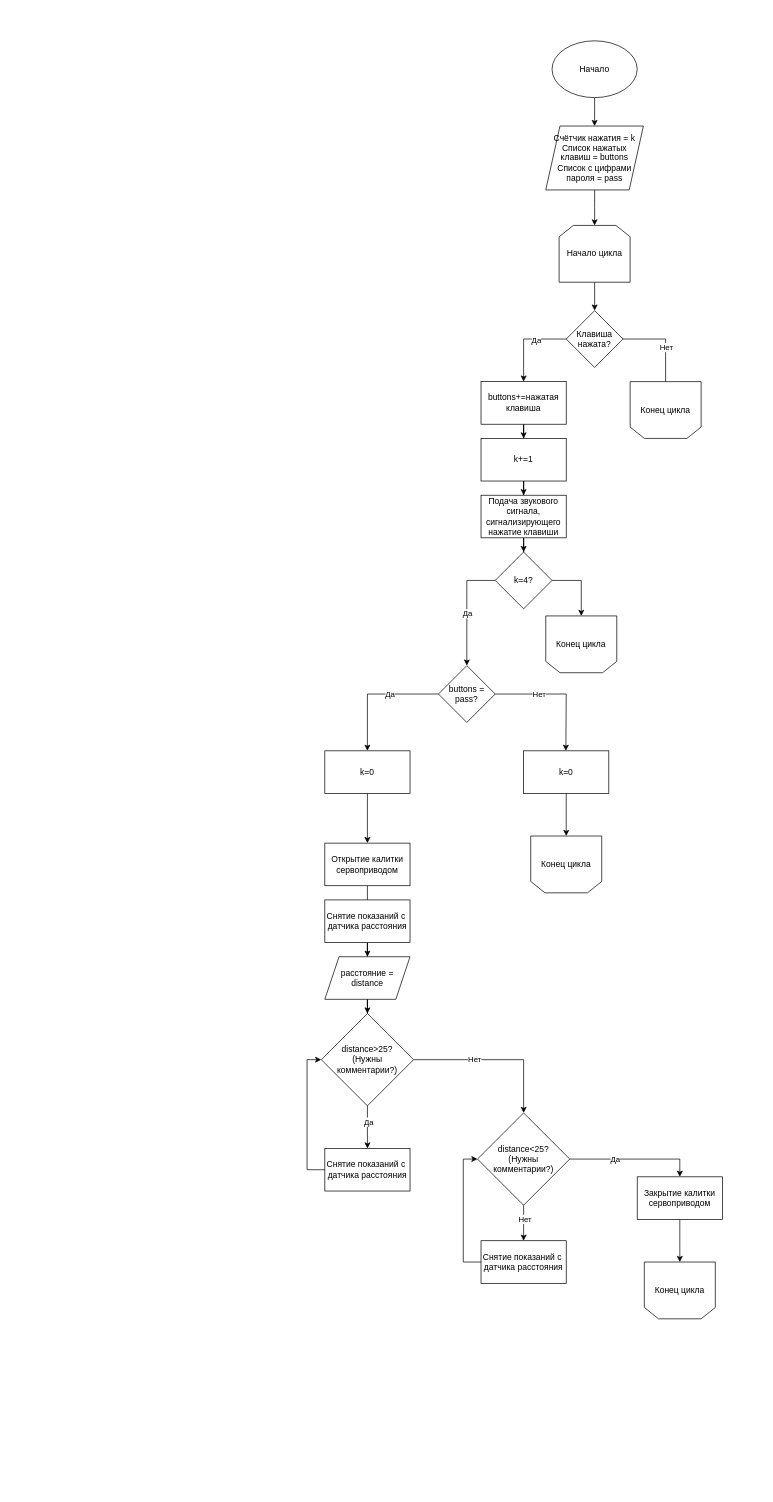
This is Документация/Алгоритм работы разработанного программного обеспечения(калитка).drawio from Artepi2349/RFID, a draw.io file, before an edit. Source tidied: cells renumbered, new cells numbered last; positions are measured from the earlier drawing's top-left corner, leaving out a move shared by most shapes. Both pictures are drawn from the tidied source at 71%, with x=0, y=0 at pixel (321, 40).
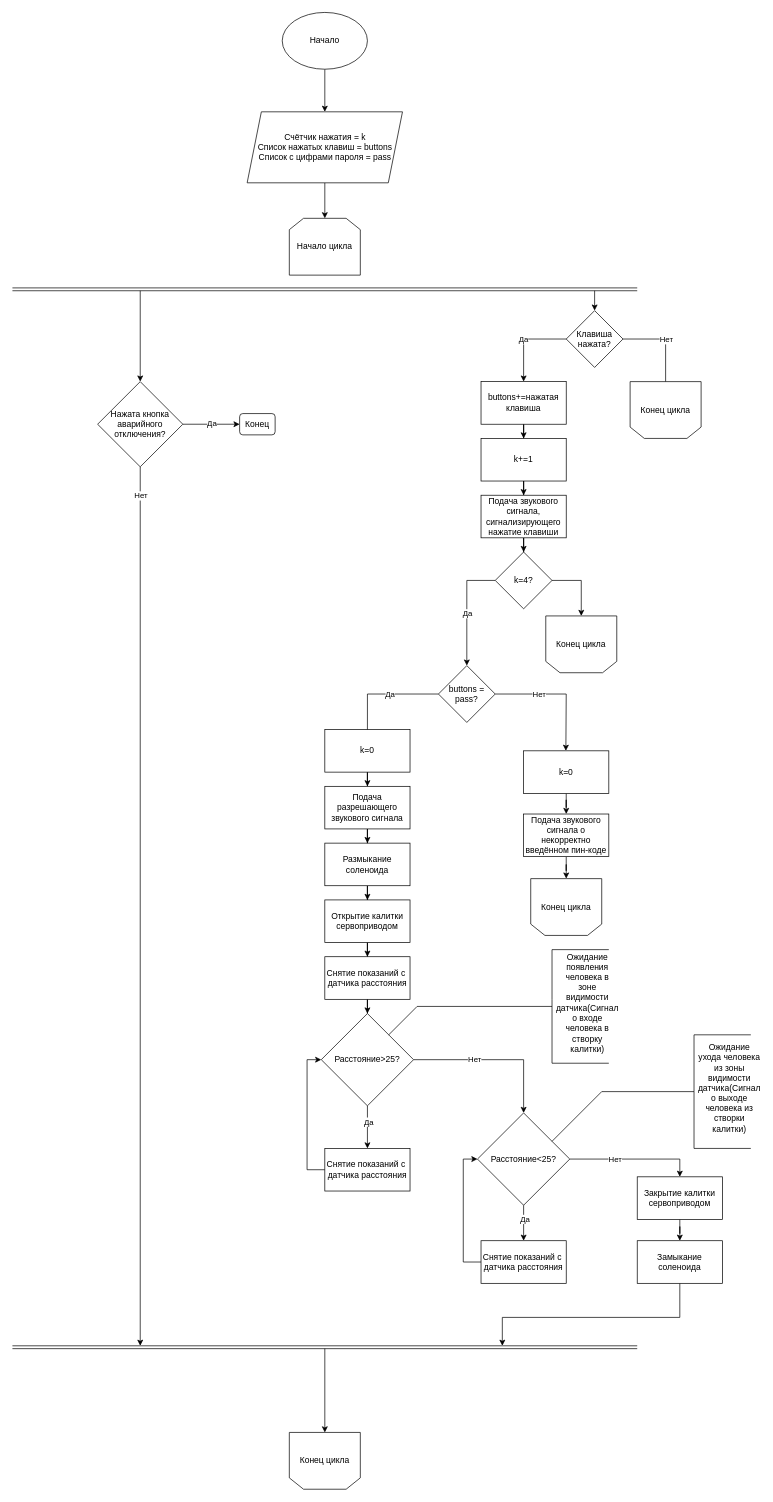
The same diagram, later.

Unchanged cells that the change refers to:
```xml
<mxCell id="8" style="edgeStyle=orthogonalEdgeStyle;rounded=0;jettySize=auto;html=1;entryX=0.5;entryY=1;entryDx=0;entryDy=0;" parent="1" edge="1" source="10" target="11">
  <mxGeometry relative="1" as="geometry">
    <Array as="points">
      <mxPoint x="485" y="420" />
      <mxPoint x="485" y="505" />
    </Array>
  </mxGeometry>
</mxCell>
<mxCell id="10" value="Клавиша нажата?" style="rhombus;whiteSpace=wrap;html=1;" parent="1" vertex="1">
  <mxGeometry x="345" y="380" width="80" height="80" as="geometry" />
</mxCell>
<mxCell id="26" style="edgeStyle=orthogonalEdgeStyle;rounded=0;jettySize=auto;html=1;entryX=0.5;entryY=0;entryDx=0;entryDy=0;" parent="1" edge="1" source="10" target="13">
  <mxGeometry relative="1" as="geometry">
    <Array as="points">
      <mxPoint x="285" y="420" />
    </Array>
  </mxGeometry>
</mxCell>
<mxCell id="29" value="k=0" style="rounded=0;whiteSpace=wrap;html=1;" parent="1" vertex="1">
  <mxGeometry x="285" y="1000" width="120" height="60" as="geometry" />
</mxCell>
<mxCell id="42" style="edgeStyle=orthogonalEdgeStyle;rounded=0;jettySize=auto;html=1;entryX=0.5;entryY=0;entryDx=0;entryDy=0;" parent="1" edge="1" source="44" target="52">
  <mxGeometry relative="1" as="geometry" />
</mxCell>
<mxCell id="49" style="edgeStyle=orthogonalEdgeStyle;rounded=0;jettySize=auto;html=1;entryX=0.5;entryY=0;entryDx=0;entryDy=0;" parent="1" edge="1" source="44" target="48">
  <mxGeometry relative="1" as="geometry" />
</mxCell>
<mxCell id="52" value="Закрытие калитки сервоприводом" style="rounded=0;whiteSpace=wrap;html=1;" parent="1" vertex="1">
  <mxGeometry x="445" y="1600" width="120" height="60" as="geometry" />
</mxCell>
```

Diff of the diagram source:
```diff
@@
-    <mxCell id="2" style="edgeStyle=orthogonalEdgeStyle;rounded=0;jettySize=auto;html=1;entryX=0.5;entryY=0;entryDx=0;entryDy=0;" parent="1" edge="1" source="3" target="10">
-      <mxGeometry relative="1" as="geometry" />
-    </mxCell>
     <mxCell id="3" value="Начало цикла" style="shape=loopLimit;whiteSpace=wrap;html=1;" parent="1" vertex="1">
-      <mxGeometry x="335" y="260" width="100" height="80" as="geometry" />
+      <mxGeometry x="-45" y="250" width="100" height="80" as="geometry" />
     </mxCell>
@@
     <mxCell id="5" value="Начало" style="ellipse;whiteSpace=wrap;html=1;" parent="1" vertex="1">
-      <mxGeometry x="325" width="120" height="80" as="geometry" />
+      <mxGeometry x="-55" y="-40" width="120" height="80" as="geometry" />
     </mxCell>
@@
     <mxCell id="7" value="Счётчик нажатия = k&lt;div&gt;Список нажатых клавиш = buttons&lt;/div&gt;&lt;div&gt;Список с цифрами пароля = pass&lt;/div&gt;" style="shape=parallelogram;perimeter=parallelogramPerimeter;whiteSpace=wrap;html=1;fixedSize=1;" parent="1" vertex="1">
-      <mxGeometry x="316.2" y="120" width="137.5" height="90" as="geometry" />
+      <mxGeometry x="-104.4" y="100" width="218.8" height="100" as="geometry" />
     </mxCell>
@@
     <mxCell id="9" value="Нет" style="edgeLabel;html=1;align=center;verticalAlign=middle;" parent="8" vertex="1">
-      <mxGeometry x="-0.17" relative="1" as="geometry" />
+      <mxGeometry x="-0.17" relative="1" as="geometry">
+        <mxPoint y="-11" as="offset" />
+      </mxGeometry>
     </mxCell>
@@
     <mxCell id="27" value="Да" style="edgeLabel;html=1;align=center;verticalAlign=middle;" parent="26" vertex="1">
-      <mxGeometry x="-0.29" y="1" relative="1" as="geometry" />
+      <mxGeometry x="-0.29" y="1" relative="1" as="geometry">
+        <mxPoint x="-18" y="-1" as="offset" />
+      </mxGeometry>
     </mxCell>
-    <mxCell id="28" style="edgeStyle=orthogonalEdgeStyle;rounded=0;jettySize=auto;html=1;entryX=0.5;entryY=1;entryDx=0;entryDy=0;" parent="1" edge="1" source="29" target="30">
-      <mxGeometry relative="1" as="geometry" />
-    </mxCell>
+    <mxCell id="58" style="edgeStyle=orthogonalEdgeStyle;rounded=0;jettySize=auto;html=1;" parent="1" edge="1" source="29" target="91">
+      <mxGeometry relative="1" as="geometry" />
+    </mxCell>
@@
     <mxCell id="30" value="Конец цикла" style="shape=loopLimit;whiteSpace=wrap;html=1;direction=west;" parent="1" vertex="1">
-      <mxGeometry x="295" y="1120" width="100" height="80" as="geometry" />
+      <mxGeometry x="295" y="1180" width="100" height="80" as="geometry" />
     </mxCell>
-    <mxCell id="31" style="edgeStyle=orthogonalEdgeStyle;rounded=0;jettySize=auto;html=1;entryX=0.5;entryY=0;entryDx=0;entryDy=0;" parent="1" edge="1" source="32" target="34">
-      <mxGeometry relative="1" as="geometry" />
-    </mxCell>
+    <mxCell id="59" style="edgeStyle=orthogonalEdgeStyle;rounded=0;jettySize=auto;html=1;" parent="1" edge="1" source="32" target="93">
+      <mxGeometry relative="1" as="geometry" />
+    </mxCell>
     <mxCell id="32" value="k=0" style="rounded=0;whiteSpace=wrap;html=1;" parent="1" vertex="1">
-      <mxGeometry x="5" y="1000" width="120" height="60" as="geometry" />
+      <mxGeometry x="5" y="970" width="120" height="60" as="geometry" />
     </mxCell>
-    <mxCell id="33" style="edgeStyle=orthogonalEdgeStyle;rounded=0;jettySize=auto;html=1;entryX=0.5;entryY=0;entryDx=0;entryDy=0;" parent="1" edge="1" source="34">
-      <mxGeometry relative="1" as="geometry">
-        <mxPoint x="65" y="1260" as="targetPoint" />
-      </mxGeometry>
-    </mxCell>
+    <mxCell id="60" style="edgeStyle=orthogonalEdgeStyle;rounded=0;jettySize=auto;html=1;entryX=0.5;entryY=0;entryDx=0;entryDy=0;" parent="1" edge="1" source="34" target="36">
+      <mxGeometry relative="1" as="geometry" />
+    </mxCell>
     <mxCell id="34" value="Открытие калитки сервоприводом" style="rounded=0;whiteSpace=wrap;html=1;" parent="1" vertex="1">
-      <mxGeometry x="5" y="1130" width="120" height="60" as="geometry" />
+      <mxGeometry x="5" y="1210" width="120" height="60" as="geometry" />
     </mxCell>
-    <mxCell id="35" style="edgeStyle=orthogonalEdgeStyle;rounded=0;jettySize=auto;html=1;" parent="1" edge="1" source="36" target="57">
-      <mxGeometry relative="1" as="geometry" />
-    </mxCell>
+    <mxCell id="61" style="edgeStyle=orthogonalEdgeStyle;rounded=0;jettySize=auto;html=1;" parent="1" edge="1" source="36" target="41">
+      <mxGeometry relative="1" as="geometry" />
+    </mxCell>
     <mxCell id="36" value="Снятие показаний с&amp;nbsp; датчика расстояния" style="rounded=0;whiteSpace=wrap;html=1;" parent="1" vertex="1">
-      <mxGeometry x="5" y="1210" width="120" height="60" as="geometry" />
+      <mxGeometry x="5" y="1290" width="120" height="60" as="geometry" />
     </mxCell>
@@
-    <mxCell id="41" value="distance&amp;gt;25?&lt;div&gt;(Нужны комментарии?)&lt;/div&gt;" style="rhombus;whiteSpace=wrap;html=1;" parent="1" vertex="1">
+    <mxCell id="41" value="Расстояние&amp;gt;25?" style="rhombus;whiteSpace=wrap;html=1;" parent="1" vertex="1">
       <mxGeometry y="1370" width="130" height="130" as="geometry" />
     </mxCell>
@@
-    <mxCell id="43" value="Да" style="edgeLabel;html=1;align=center;verticalAlign=middle;" parent="42" vertex="1">
+    <mxCell id="43" value="Нет" style="edgeLabel;html=1;align=center;verticalAlign=middle;" parent="42" vertex="1">
       <mxGeometry x="-0.3" y="1" relative="1" as="geometry" />
     </mxCell>
-    <mxCell id="44" value="distance&amp;lt;25?&lt;div&gt;(Нужны комментарии?)&lt;/div&gt;" style="rhombus;whiteSpace=wrap;html=1;" parent="1" vertex="1">
+    <mxCell id="44" value="Расстояние&amp;lt;25?" style="rhombus;whiteSpace=wrap;html=1;" parent="1" vertex="1">
       <mxGeometry x="220" y="1510" width="130" height="130" as="geometry" />
     </mxCell>
@@
-    <mxCell id="50" value="Нет" style="edgeLabel;html=1;align=center;verticalAlign=middle;" parent="49" vertex="1">
+    <mxCell id="50" value="Да" style="edgeLabel;html=1;align=center;verticalAlign=middle;" parent="49" vertex="1">
       <mxGeometry x="-0.26" y="1" relative="1" as="geometry" />
     </mxCell>
-    <mxCell id="51" style="edgeStyle=orthogonalEdgeStyle;rounded=0;jettySize=auto;html=1;entryX=0.5;entryY=1;entryDx=0;entryDy=0;" parent="1" edge="1" source="52" target="53">
-      <mxGeometry relative="1" as="geometry" />
-    </mxCell>
+    <mxCell id="62" style="edgeStyle=orthogonalEdgeStyle;rounded=0;jettySize=auto;html=1;" parent="1" edge="1" source="52" target="78">
+      <mxGeometry relative="1" as="geometry" />
+    </mxCell>
@@
     <mxCell id="53" value="Конец цикла" style="shape=loopLimit;whiteSpace=wrap;html=1;direction=west;" parent="1" vertex="1">
-      <mxGeometry x="455" y="1720" width="100" height="80" as="geometry" />
+      <mxGeometry x="-45" y="1960" width="100" height="80" as="geometry" />
     </mxCell>
@@
-    <mxCell id="56" style="edgeStyle=orthogonalEdgeStyle;rounded=0;jettySize=auto;html=1;" parent="1" edge="1" source="57" target="41">
-      <mxGeometry relative="1" as="geometry" />
-    </mxCell>
-    <mxCell id="57" value="расстояние = distance" style="shape=parallelogram;perimeter=parallelogramPerimeter;whiteSpace=wrap;html=1;fixedSize=1;" parent="1" vertex="1">
-      <mxGeometry x="5" y="1290" width="120" height="60" as="geometry" />
-    </mxCell>
+    <mxCell id="63" style="endArrow=none;html=1;rounded=0;" parent="1" edge="1">
+      <mxGeometry relative="1" as="geometry">
+        <mxPoint x="95" y="1400" as="sourcePoint" />
+        <mxPoint x="135" y="1360" as="targetPoint" />
+      </mxGeometry>
+    </mxCell>
+    <mxCell id="64" style="endArrow=none;html=1;rounded=0;" parent="1" edge="1">
+      <mxGeometry relative="1" as="geometry">
+        <mxPoint x="135" y="1360" as="sourcePoint" />
+        <mxPoint x="325" y="1360" as="targetPoint" />
+      </mxGeometry>
+    </mxCell>
+    <mxCell id="65" style="endArrow=none;html=1;rounded=0;" parent="1" edge="1">
+      <mxGeometry relative="1" as="geometry">
+        <mxPoint x="325" y="1440" as="sourcePoint" />
+        <mxPoint x="325" y="1280" as="targetPoint" />
+        <Array as="points">
+          <mxPoint x="325" y="1350" />
+        </Array>
+      </mxGeometry>
+    </mxCell>
+    <mxCell id="66" value="Ожидание появления человека в зоне видимости датчика(Сигнал о входе человека в створку калитки)" style="text;html=1;align=center;verticalAlign=middle;whiteSpace=wrap;rounded=0;" parent="1" vertex="1">
+      <mxGeometry x="345" y="1340" width="60" height="30" as="geometry" />
+    </mxCell>
+    <mxCell id="67" style="endArrow=none;html=1;rounded=0;" parent="1" edge="1">
+      <mxGeometry relative="1" as="geometry">
+        <mxPoint x="325" y="1280" as="sourcePoint" />
+        <mxPoint x="405" y="1280" as="targetPoint" />
+      </mxGeometry>
+    </mxCell>
+    <mxCell id="68" style="endArrow=none;html=1;rounded=0;" parent="1" edge="1">
+      <mxGeometry relative="1" as="geometry">
+        <mxPoint x="325" y="1440" as="sourcePoint" />
+        <mxPoint x="405" y="1440" as="targetPoint" />
+      </mxGeometry>
+    </mxCell>
+    <mxCell id="69" style="endArrow=none;html=1;rounded=0;" parent="1" edge="1">
+      <mxGeometry relative="1" as="geometry">
+        <mxPoint x="325" y="1550" as="sourcePoint" />
+        <mxPoint x="395" y="1480" as="targetPoint" />
+      </mxGeometry>
+    </mxCell>
+    <mxCell id="70" style="endArrow=none;html=1;rounded=0;" parent="1" edge="1">
+      <mxGeometry relative="1" as="geometry">
+        <mxPoint x="395" y="1480" as="sourcePoint" />
+        <mxPoint x="525" y="1480" as="targetPoint" />
+      </mxGeometry>
+    </mxCell>
+    <mxCell id="71" style="endArrow=none;html=1;rounded=0;" parent="1" edge="1">
+      <mxGeometry relative="1" as="geometry">
+        <mxPoint x="525" y="1560" as="sourcePoint" />
+        <mxPoint x="525" y="1400" as="targetPoint" />
+        <Array as="points">
+          <mxPoint x="525" y="1480" />
+        </Array>
+      </mxGeometry>
+    </mxCell>
+    <mxCell id="72" style="endArrow=none;html=1;rounded=0;" parent="1" edge="1">
+      <mxGeometry relative="1" as="geometry">
+        <mxPoint x="525" y="1560" as="sourcePoint" />
+        <mxPoint x="605" y="1560" as="targetPoint" />
+      </mxGeometry>
+    </mxCell>
+    <mxCell id="73" style="endArrow=none;html=1;rounded=0;" parent="1" edge="1">
+      <mxGeometry relative="1" as="geometry">
+        <mxPoint x="525" y="1400" as="sourcePoint" />
+        <mxPoint x="605" y="1400" as="targetPoint" />
+      </mxGeometry>
+    </mxCell>
+    <mxCell id="74" value="Ожидание ухода человека из зоны видимости датчика(Сигнал о выходе человека из створки калитки)" style="text;html=1;align=center;verticalAlign=middle;whiteSpace=wrap;rounded=0;" parent="1" vertex="1">
+      <mxGeometry x="545" y="1460" width="60" height="30" as="geometry" />
+    </mxCell>
+    <mxCell id="75" style="edgeStyle=orthogonalEdgeStyle;rounded=0;jettySize=auto;html=1;entryX=0.5;entryY=0;entryDx=0;entryDy=0;" parent="1" edge="1" source="76" target="34">
+      <mxGeometry relative="1" as="geometry" />
+    </mxCell>
+    <mxCell id="76" value="Размыкание соленоида" style="rounded=0;whiteSpace=wrap;html=1;" parent="1" vertex="1">
+      <mxGeometry x="5" y="1130" width="120" height="60" as="geometry" />
+    </mxCell>
+    <mxCell id="77" style="edgeStyle=orthogonalEdgeStyle;rounded=0;jettySize=auto;html=1;exitX=0.5;exitY=1;exitDx=0;exitDy=0;" parent="1" edge="1" source="78">
+      <mxGeometry relative="1" as="geometry">
+        <mxPoint x="255" y="1838" as="targetPoint" />
+        <Array as="points">
+          <mxPoint x="505" y="1798" />
+          <mxPoint x="255" y="1798" />
+        </Array>
+      </mxGeometry>
+    </mxCell>
+    <mxCell id="78" value="Замыкание соленоида" style="rounded=0;whiteSpace=wrap;html=1;" parent="1" vertex="1">
+      <mxGeometry x="445" y="1690" width="120" height="60" as="geometry" />
+    </mxCell>
+    <mxCell id="79" style="shape=link;html=1;rounded=0;" parent="1" edge="1">
+      <mxGeometry relative="1" as="geometry">
+        <mxPoint x="-435" y="350" as="sourcePoint" />
+        <mxPoint x="445" y="350" as="targetPoint" />
+      </mxGeometry>
+    </mxCell>
+    <mxCell id="80" style="shape=link;html=1;rounded=0;" parent="1" edge="1">
+      <mxGeometry relative="1" as="geometry">
+        <mxPoint x="-435" y="1840" as="sourcePoint" />
+        <mxPoint x="445" y="1840" as="targetPoint" />
+      </mxGeometry>
+    </mxCell>
+    <mxCell id="81" style="edgeStyle=orthogonalEdgeStyle;rounded=0;jettySize=auto;html=1;entryX=0;entryY=0.5;entryDx=0;entryDy=0;" parent="1" edge="1" source="85" target="86">
+      <mxGeometry relative="1" as="geometry" />
+    </mxCell>
+    <mxCell id="82" value="Да" style="edgeLabel;html=1;align=center;verticalAlign=middle;" parent="81" vertex="1">
+      <mxGeometry x="-0.01" y="2" relative="1" as="geometry" />
+    </mxCell>
+    <mxCell id="83" style="edgeStyle=orthogonalEdgeStyle;rounded=0;orthogonalLoop=1;jettySize=auto;html=1;" parent="1" edge="1">
+      <mxGeometry relative="1" as="geometry">
+        <mxPoint x="-255" y="600" as="sourcePoint" />
+        <mxPoint x="-255" y="1838" as="targetPoint" />
+        <Array as="points">
+          <mxPoint x="-255" y="1838" />
+        </Array>
+      </mxGeometry>
+    </mxCell>
+    <mxCell id="84" value="Нет" style="edgeLabel;html=1;align=center;verticalAlign=middle;" parent="83" vertex="1">
+      <mxGeometry x="-0.09" relative="1" as="geometry">
+        <mxPoint y="-523" as="offset" />
+      </mxGeometry>
+    </mxCell>
+    <mxCell id="85" value="Нажата кнопка аварийного отключения?" style="rhombus;whiteSpace=wrap;html=1;" parent="1" vertex="1">
+      <mxGeometry x="-315" y="480" width="120" height="120" as="geometry" />
+    </mxCell>
+    <mxCell id="86" value="Конец" style="rounded=1;whiteSpace=wrap;html=1;" parent="1" vertex="1">
+      <mxGeometry x="-115" y="525" width="50" height="30" as="geometry" />
+    </mxCell>
+    <mxCell id="87" style="endArrow=classic;html=1;rounded=0;" parent="1" edge="1">
+      <mxGeometry relative="1" as="geometry">
+        <mxPoint x="-255" y="352" as="sourcePoint" />
+        <mxPoint x="-255" y="480" as="targetPoint" />
+      </mxGeometry>
+    </mxCell>
+    <mxCell id="88" style="endArrow=classic;html=1;rounded=0;entryX=0.5;entryY=1;entryDx=0;entryDy=0;" parent="1" edge="1" target="53">
+      <mxGeometry relative="1" as="geometry">
+        <mxPoint x="5" y="1842" as="sourcePoint" />
+      </mxGeometry>
+    </mxCell>
+    <mxCell id="89" style="endArrow=classic;html=1;rounded=0;" parent="1" edge="1">
+      <mxGeometry relative="1" as="geometry">
+        <mxPoint x="385" y="352" as="sourcePoint" />
+        <mxPoint x="385" y="380" as="targetPoint" />
+      </mxGeometry>
+    </mxCell>
+    <mxCell id="90" style="edgeStyle=orthogonalEdgeStyle;rounded=0;jettySize=auto;html=1;" parent="1" edge="1" source="91" target="30">
+      <mxGeometry relative="1" as="geometry" />
+    </mxCell>
+    <mxCell id="91" value="Подача звукового сигнала о некорректно введённом пин-коде" style="rounded=0;whiteSpace=wrap;html=1;" parent="1" vertex="1">
+      <mxGeometry x="285" y="1089" width="120" height="60" as="geometry" />
+    </mxCell>
+    <mxCell id="92" style="edgeStyle=orthogonalEdgeStyle;rounded=0;jettySize=auto;html=1;" parent="1" edge="1" source="93" target="76">
+      <mxGeometry relative="1" as="geometry" />
+    </mxCell>
+    <mxCell id="93" value="Подача разрешающего звукового сигнала" style="rounded=0;whiteSpace=wrap;html=1;" parent="1" vertex="1">
+      <mxGeometry x="5" y="1050" width="120" height="60" as="geometry" />
+    </mxCell>
```
